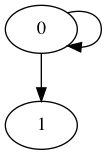
This is ltl_2_dfa/dfa.gv.png from famishedrover/Project574, a Graphviz export, as it was before one commit. Its source is kept beside it as ltl_2_dfa/dfa.gv. Source of this version:
```dot
digraph "" {
	0	[type=i];
	0 -> 0	[key=0,
		data="(not (right_edge))"];
	1	[type=a];
	0 -> 1	[key=0,
		data="(right_edge)"];
}
```
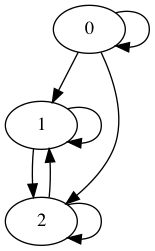
Above is the later version.

Change to the diagram source:
```diff
@@ -1,8 +1,19 @@
 digraph "" {
 	0	[type=i];
 	0 -> 0	[key=0,
-		data="(not (right_edge))"];
+		data="(not (s[\"left\"]))"];
 	1	[type=a];
 	0 -> 1	[key=0,
-		data="(right_edge)"];
+		data="((s[\"bottom\"])  and  (s[\"left\"]))"];
+	2	[type=d];
+	0 -> 2	[key=0,
+		data="((not (s[\"bottom\"]))  and  (s[\"left\"]))"];
+	1 -> 1	[key=0,
+		data="((s[\"bottom\"])  or  (not (s[\"left\"])))"];
+	1 -> 2	[key=0,
+		data="((not (s[\"bottom\"]))  and  (s[\"left\"]))"];
+	2 -> 1	[key=0,
+		data="(s[\"bottom\"])"];
+	2 -> 2	[key=0,
+		data="(not (s[\"bottom\"]))"];
 }
```
